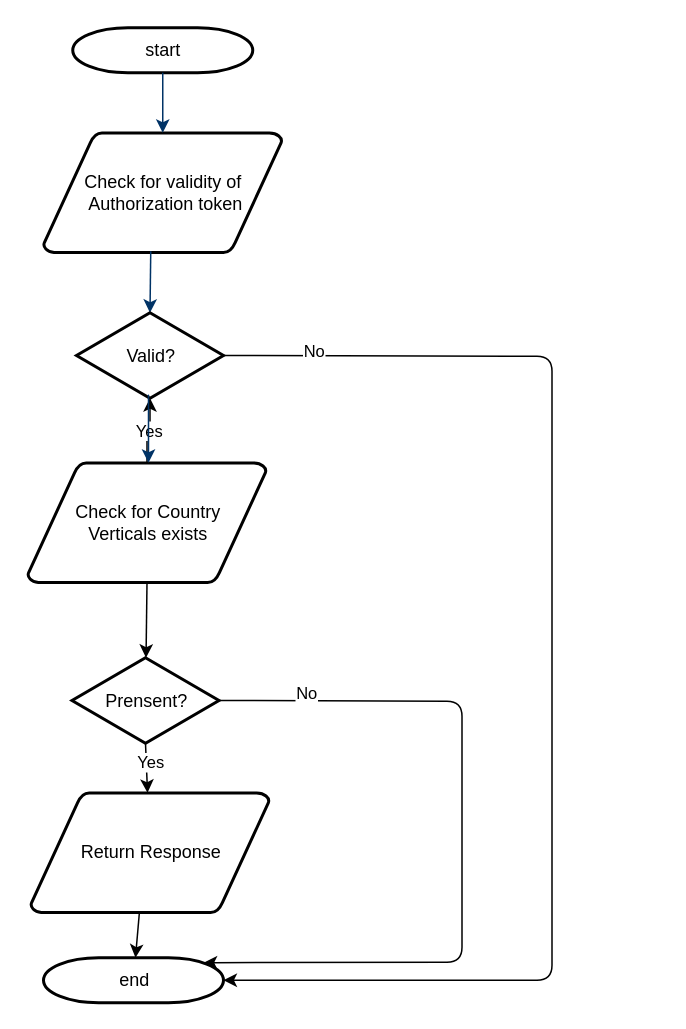
Above: page "Country Verticals" (3 of 9) of Untitled Diagram.drawio in ishrikanth/Eommerce-fast (draw.io), before the change. Source tidied: cells renumbered, new cells numbered last; positions are measured from the earlier drawing's top-left corner, leaving out a move shared by most shapes. Both pictures are drawn from the tidied source at 150%, with x=0, y=0 at pixel (27, 27).
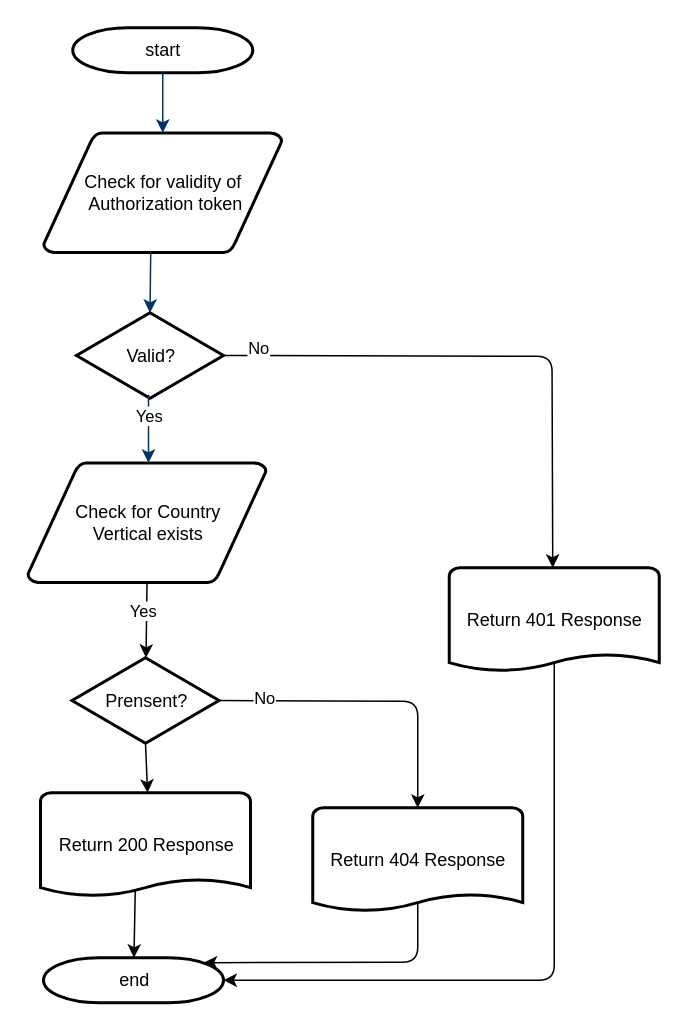
After the change.

Unchanged cells that the change refers to:
```xml
<mxCell id="6" value="Valid?" style="shape=mxgraph.flowchart.decision;strokeWidth=2;gradientColor=none;gradientDirection=north;fontStyle=0;html=1;" parent="1" vertex="1">
  <mxGeometry x="32.5" y="190" width="98" height="57" as="geometry" />
</mxCell>
<mxCell id="10" value="Prensent?" style="shape=mxgraph.flowchart.decision;strokeWidth=2;gradientColor=none;gradientDirection=north;fontStyle=0;html=1;" parent="1" vertex="1">
  <mxGeometry x="29.5" y="420" width="98" height="57" as="geometry" />
</mxCell>
<mxCell id="12" value="end" style="shape=mxgraph.flowchart.terminator;strokeWidth=2;gradientColor=none;gradientDirection=north;fontStyle=0;html=1;" parent="1" vertex="1">
  <mxGeometry x="10.5" y="620" width="120" height="30" as="geometry" />
</mxCell>
```

Diff of the diagram source:
```diff
@@
-    <mxCell id="5" style="fontStyle=1;strokeColor=#003366;strokeWidth=1;html=1;entryX=0.5;entryY=0;entryDx=0;entryDy=0;entryPerimeter=0;" parent="1" edge="1" target="6">
-      <mxGeometry relative="1" as="geometry">
-        <mxPoint x="82" y="149" as="sourcePoint" />
-      </mxGeometry>
-    </mxCell>
+    <mxCell id="21" style="fontStyle=1;strokeColor=#003366;strokeWidth=1;html=1;entryX=0.5;entryY=0;entryDx=0;entryDy=0;entryPerimeter=0;" parent="1" edge="1" target="6">
+      <mxGeometry relative="1" as="geometry">
+        <mxPoint x="82" y="149" as="sourcePoint" />
+      </mxGeometry>
+    </mxCell>
@@
-    <mxCell id="7" value="Yes" style="edgeStyle=orthogonalEdgeStyle;rounded=0;jettySize=auto;html=1;" parent="1" edge="1" source="8" target="6">
-      <mxGeometry relative="1" as="geometry" />
-    </mxCell>
-    <mxCell id="8" value="Check for Country&lt;br&gt;Verticals exists" style="shape=mxgraph.flowchart.data;strokeWidth=2;gradientColor=none;gradientDirection=north;fontStyle=0;html=1;" parent="1" vertex="1">
-      <mxGeometry y="290" width="159" height="80" as="geometry" />
-    </mxCell>
-    <mxCell id="9" style="fontStyle=1;strokeColor=#003366;strokeWidth=1;html=1;" parent="1" edge="1">
-      <mxGeometry relative="1" as="geometry">
-        <mxPoint x="80.5" y="260" as="sourcePoint" />
-        <mxPoint x="80.5" y="290" as="targetPoint" />
-        <Array as="points">
-          <mxPoint x="80.5" y="240" />
-          <mxPoint x="80.5" y="260" />
-        </Array>
-      </mxGeometry>
-    </mxCell>
+    <mxCell id="22" value="Check for Country&lt;br&gt;Vertical exists" style="shape=mxgraph.flowchart.data;strokeWidth=2;gradientColor=none;gradientDirection=north;fontStyle=0;html=1;" parent="1" vertex="1">
+      <mxGeometry y="290" width="159" height="80" as="geometry" />
+    </mxCell>
+    <mxCell id="23" style="fontStyle=1;strokeColor=#003366;strokeWidth=1;html=1;" parent="1" edge="1">
+      <mxGeometry relative="1" as="geometry">
+        <mxPoint x="80.5" y="260" as="sourcePoint" />
+        <mxPoint x="80.5" y="290" as="targetPoint" />
+        <Array as="points">
+          <mxPoint x="80.5" y="240" />
+          <mxPoint x="80.5" y="260" />
+        </Array>
+      </mxGeometry>
+    </mxCell>
+    <mxCell id="24" value="Yes" style="edgeLabel;html=1;align=center;verticalAlign=middle;" parent="23" vertex="1">
+      <mxGeometry x="-0.94" y="1" relative="1" as="geometry">
+        <mxPoint x="1" as="offset" />
+      </mxGeometry>
+    </mxCell>
@@
-    <mxCell id="11" value="Return Response" style="shape=mxgraph.flowchart.data;strokeWidth=2;gradientColor=none;gradientDirection=north;fontStyle=0;html=1;" parent="1" vertex="1">
-      <mxGeometry x="2" y="510" width="159" height="80" as="geometry" />
-    </mxCell>
@@
-    <mxCell id="13" style="endArrow=classic;html=1;exitX=0.456;exitY=0.988;exitDx=0;exitDy=0;exitPerimeter=0;" parent="1" edge="1" source="11" target="12">
-      <mxGeometry relative="1" as="geometry" />
-    </mxCell>
-    <mxCell id="14" style="endArrow=classic;html=1;exitX=0.5;exitY=1;exitDx=0;exitDy=0;exitPerimeter=0;" parent="1" edge="1" source="10" target="11">
-      <mxGeometry relative="1" as="geometry" />
-    </mxCell>
-    <mxCell id="15" value="Yes" style="edgeLabel;html=1;align=center;verticalAlign=middle;" parent="14" vertex="1">
-      <mxGeometry x="-0.21" y="2" relative="1" as="geometry" />
-    </mxCell>
-    <mxCell id="16" style="endArrow=classic;html=1;exitX=0.5;exitY=1;exitDx=0;exitDy=0;exitPerimeter=0;" parent="1" edge="1" source="8" target="10">
-      <mxGeometry relative="1" as="geometry" />
-    </mxCell>
-    <mxCell id="17" style="endArrow=classic;html=1;exitX=1;exitY=0.5;exitDx=0;exitDy=0;exitPerimeter=0;entryX=1;entryY=0.5;entryDx=0;entryDy=0;entryPerimeter=0;" parent="1" edge="1" source="6" target="12">
-      <mxGeometry relative="1" as="geometry">
-        <Array as="points">
-          <mxPoint x="349.5" y="219" />
-          <mxPoint x="349.5" y="635" />
-        </Array>
-      </mxGeometry>
-    </mxCell>
-    <mxCell id="18" value="No" style="edgeLabel;html=1;align=center;verticalAlign=middle;" parent="17" vertex="1">
-      <mxGeometry x="-0.86" y="3" relative="1" as="geometry" />
-    </mxCell>
-    <mxCell id="19" style="endArrow=classic;html=1;exitX=1;exitY=0.5;exitDx=0;exitDy=0;exitPerimeter=0;entryX=0.89;entryY=0.11;entryDx=0;entryDy=0;entryPerimeter=0;" parent="1" edge="1" source="10" target="12">
-      <mxGeometry relative="1" as="geometry">
-        <Array as="points">
-          <mxPoint x="289.5" y="449" />
-          <mxPoint x="289.5" y="623" />
-        </Array>
-      </mxGeometry>
-    </mxCell>
-    <mxCell id="20" value="No" style="edgeLabel;html=1;align=center;verticalAlign=middle;" parent="19" vertex="1">
-      <mxGeometry x="-0.77" y="5" relative="1" as="geometry" />
-    </mxCell>
+    <mxCell id="25" style="endArrow=classic;html=1;exitX=0.452;exitY=0.857;exitDx=0;exitDy=0;exitPerimeter=0;" parent="1" edge="1" source="33" target="12">
+      <mxGeometry relative="1" as="geometry" />
+    </mxCell>
+    <mxCell id="26" style="endArrow=classic;html=1;exitX=0.5;exitY=1;exitDx=0;exitDy=0;exitPerimeter=0;" parent="1" edge="1" source="10">
+      <mxGeometry relative="1" as="geometry">
+        <mxPoint x="79.9" y="510" as="targetPoint" />
+      </mxGeometry>
+    </mxCell>
+    <mxCell id="27" style="endArrow=classic;html=1;exitX=0.5;exitY=1;exitDx=0;exitDy=0;exitPerimeter=0;" parent="1" edge="1" source="22" target="10">
+      <mxGeometry relative="1" as="geometry" />
+    </mxCell>
+    <mxCell id="28" value="Yes" style="edgeLabel;html=1;align=center;verticalAlign=middle;" parent="27" vertex="1">
+      <mxGeometry x="-0.24" y="-3" relative="1" as="geometry" />
+    </mxCell>
+    <mxCell id="29" style="endArrow=classic;html=1;exitX=1;exitY=0.5;exitDx=0;exitDy=0;exitPerimeter=0;" parent="1" edge="1" source="6" target="35">
+      <mxGeometry relative="1" as="geometry">
+        <Array as="points">
+          <mxPoint x="349.5" y="219" />
+          <mxPoint x="350" y="360" />
+        </Array>
+      </mxGeometry>
+    </mxCell>
+    <mxCell id="30" value="No" style="edgeLabel;html=1;align=center;verticalAlign=middle;" parent="29" vertex="1">
+      <mxGeometry x="-0.87" y="5" relative="1" as="geometry" />
+    </mxCell>
+    <mxCell id="31" style="endArrow=classic;html=1;exitX=1;exitY=0.5;exitDx=0;exitDy=0;exitPerimeter=0;entryX=0.5;entryY=0;entryDx=0;entryDy=0;entryPerimeter=0;" parent="1" edge="1" source="10" target="34">
+      <mxGeometry relative="1" as="geometry">
+        <Array as="points">
+          <mxPoint x="260" y="449" />
+        </Array>
+      </mxGeometry>
+    </mxCell>
+    <mxCell id="32" value="No" style="edgeLabel;html=1;align=center;verticalAlign=middle;" parent="31" vertex="1">
+      <mxGeometry x="-0.71" y="2" relative="1" as="geometry" />
+    </mxCell>
+    <mxCell id="33" value="Return 200 Response" style="shape=mxgraph.flowchart.document;strokeWidth=2;gradientColor=none;gradientDirection=north;fontStyle=0;html=1;" parent="1" vertex="1">
+      <mxGeometry x="8.5" y="510" width="140" height="70" as="geometry" />
+    </mxCell>
+    <mxCell id="34" value="Return 404 Response" style="shape=mxgraph.flowchart.document;strokeWidth=2;gradientColor=none;gradientDirection=north;fontStyle=0;html=1;" parent="1" vertex="1">
+      <mxGeometry x="190" y="520" width="140" height="70" as="geometry" />
+    </mxCell>
+    <mxCell id="35" value="Return 401 Response" style="shape=mxgraph.flowchart.document;strokeWidth=2;gradientColor=none;gradientDirection=north;fontStyle=0;html=1;" parent="1" vertex="1">
+      <mxGeometry x="281" y="360" width="140" height="70" as="geometry" />
+    </mxCell>
+    <mxCell id="36" style="endArrow=classic;html=1;exitX=0.5;exitY=0.9;exitDx=0;exitDy=0;exitPerimeter=0;entryX=1;entryY=0.5;entryDx=0;entryDy=0;entryPerimeter=0;" parent="1" edge="1" source="35" target="12">
+      <mxGeometry relative="1" as="geometry">
+        <Array as="points">
+          <mxPoint x="351" y="635" />
+        </Array>
+      </mxGeometry>
+    </mxCell>
+    <mxCell id="37" style="endArrow=classic;html=1;exitX=0.5;exitY=0.9;exitDx=0;exitDy=0;exitPerimeter=0;entryX=0.89;entryY=0.11;entryDx=0;entryDy=0;entryPerimeter=0;" parent="1" edge="1" source="34" target="12">
+      <mxGeometry relative="1" as="geometry">
+        <Array as="points">
+          <mxPoint x="260" y="623" />
+        </Array>
+      </mxGeometry>
+    </mxCell>
```
